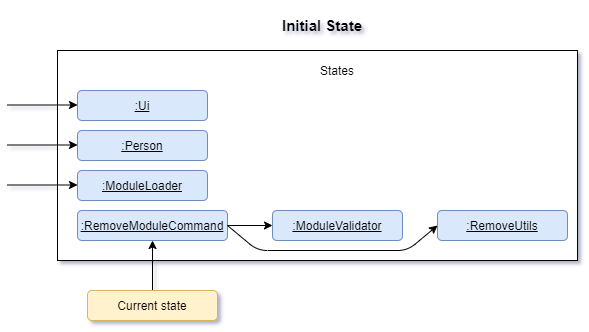
Earlier version of the draw.io export docs/images/DeveloperGuide/removeModuleCommand_initialState.png (vanessa-kang/tp). Source tidied: cells renumbered, new cells last; positions are measured from the earlier drawing's top-left corner, leaving out a move shared by most shapes.
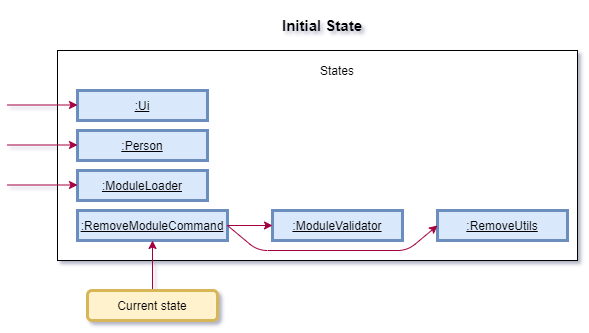
The same file after the commit.

Commit message:
Amended state diagram formats in DG

What changed in the source:
```diff
@@ -11,54 +11,54 @@
     <mxCell id="4" value="States" style="text;html=1;strokeColor=none;fillColor=none;align=center;verticalAlign=middle;whiteSpace=wrap;rounded=0;" parent="1" vertex="1">
       <mxGeometry x="310" y="60" width="40" height="20" as="geometry" />
     </mxCell>
-    <mxCell id="5" value=":Ui" style="rounded=1;whiteSpace=wrap;html=1;fillColor=#dae8fc;strokeColor=#6c8ebf;fontStyle=4;" parent="1" vertex="1">
+    <mxCell id="5" value=":Ui" style="rounded=0;whiteSpace=wrap;html=1;fillColor=#dae8fc;strokeColor=#6c8ebf;fontStyle=4;glass=0;strokeWidth=3;" parent="1" vertex="1">
       <mxGeometry x="70" y="90" width="130" height="30" as="geometry" />
     </mxCell>
-    <mxCell id="6" value=":Person" style="rounded=1;whiteSpace=wrap;html=1;fillColor=#dae8fc;strokeColor=#6c8ebf;fontStyle=4;" parent="1" vertex="1">
+    <mxCell id="6" value=":Person" style="rounded=0;whiteSpace=wrap;html=1;fillColor=#dae8fc;strokeColor=#6c8ebf;fontStyle=4;strokeWidth=3;" parent="1" vertex="1">
       <mxGeometry x="70" y="130" width="130" height="30" as="geometry" />
     </mxCell>
-    <mxCell id="7" value=":ModuleLoader" style="rounded=1;whiteSpace=wrap;html=1;fillColor=#dae8fc;strokeColor=#6c8ebf;fontStyle=4;" parent="1" vertex="1">
+    <mxCell id="7" value=":ModuleLoader" style="rounded=0;whiteSpace=wrap;html=1;fillColor=#dae8fc;strokeColor=#6c8ebf;fontStyle=4;strokeWidth=3;" parent="1" vertex="1">
       <mxGeometry x="70" y="170" width="130" height="30" as="geometry" />
     </mxCell>
-    <mxCell id="8" value=":RemoveModuleCommand" style="rounded=1;whiteSpace=wrap;html=1;fillColor=#dae8fc;strokeColor=#6c8ebf;fontStyle=4;" parent="1" vertex="1">
+    <mxCell id="8" value=":RemoveModuleCommand" style="rounded=0;whiteSpace=wrap;html=1;fillColor=#dae8fc;strokeColor=#6c8ebf;fontStyle=4;strokeWidth=3;" parent="1" vertex="1">
       <mxGeometry x="70" y="210" width="150" height="30" as="geometry" />
     </mxCell>
-    <mxCell id="9" value=":ModuleValidator" style="rounded=1;whiteSpace=wrap;html=1;fillColor=#dae8fc;strokeColor=#6c8ebf;fontStyle=4;" parent="1" vertex="1">
+    <mxCell id="9" value=":ModuleValidator" style="rounded=0;whiteSpace=wrap;html=1;fillColor=#dae8fc;strokeColor=#6c8ebf;fontStyle=4;strokeWidth=3;" parent="1" vertex="1">
       <mxGeometry x="265" y="210" width="130" height="30" as="geometry" />
     </mxCell>
-    <mxCell id="10" value=":RemoveUtils" style="rounded=1;whiteSpace=wrap;html=1;fillColor=#dae8fc;strokeColor=#6c8ebf;fontStyle=4;" parent="1" vertex="1">
+    <mxCell id="10" value=":RemoveUtils" style="rounded=0;whiteSpace=wrap;html=1;fillColor=#dae8fc;strokeColor=#6c8ebf;fontStyle=4;strokeWidth=3;" parent="1" vertex="1">
       <mxGeometry x="430" y="210" width="130" height="30" as="geometry" />
     </mxCell>
-    <mxCell id="11" style="endArrow=classic;html=1;" parent="1" edge="1">
+    <mxCell id="11" style="endArrow=classic;html=1;fillColor=#d80073;strokeColor=#A50040;" parent="1" edge="1">
       <mxGeometry relative="1" as="geometry">
         <mxPoint y="104.5" as="sourcePoint" />
         <mxPoint x="70" y="104.5" as="targetPoint" />
       </mxGeometry>
     </mxCell>
-    <mxCell id="12" style="endArrow=classic;html=1;entryX=0.5;entryY=1;entryDx=0;entryDy=0;exitX=0.5;exitY=0;exitDx=0;exitDy=0;" parent="1" edge="1" source="15" target="8">
+    <mxCell id="12" style="endArrow=classic;html=1;entryX=0.5;entryY=1;entryDx=0;entryDy=0;exitX=0.5;exitY=0;exitDx=0;exitDy=0;fillColor=#d80073;strokeColor=#A50040;" parent="1" edge="1" source="15" target="8">
       <mxGeometry relative="1" as="geometry" />
     </mxCell>
-    <mxCell id="13" style="endArrow=classic;html=1;" parent="1" edge="1">
+    <mxCell id="13" style="endArrow=classic;html=1;fillColor=#d80073;strokeColor=#A50040;" parent="1" edge="1">
       <mxGeometry relative="1" as="geometry">
         <mxPoint y="144.5" as="sourcePoint" />
         <mxPoint x="70" y="144.5" as="targetPoint" />
       </mxGeometry>
     </mxCell>
-    <mxCell id="14" style="endArrow=classic;html=1;" parent="1" edge="1">
+    <mxCell id="14" style="endArrow=classic;html=1;fillColor=#d80073;strokeColor=#A50040;" parent="1" edge="1">
       <mxGeometry relative="1" as="geometry">
         <mxPoint y="184.5" as="sourcePoint" />
         <mxPoint x="70" y="184.5" as="targetPoint" />
       </mxGeometry>
     </mxCell>
-    <mxCell id="15" value="Current state" style="rounded=1;whiteSpace=wrap;html=1;fillColor=#fff2cc;strokeColor=#d6b656;fontStyle=0;" parent="1" vertex="1">
+    <mxCell id="15" value="Current state" style="rounded=1;whiteSpace=wrap;html=1;fillColor=#fff2cc;strokeColor=#d6b656;fontStyle=0;strokeWidth=3;" parent="1" vertex="1">
       <mxGeometry x="80" y="290" width="130" height="30" as="geometry" />
     </mxCell>
-    <mxCell id="16" style="endArrow=classic;html=1;entryX=0;entryY=0.5;entryDx=0;entryDy=0;" parent="1" edge="1" target="9">
+    <mxCell id="16" style="endArrow=classic;html=1;entryX=0;entryY=0.5;entryDx=0;entryDy=0;fillColor=#d80073;strokeColor=#A50040;" parent="1" edge="1" target="9">
       <mxGeometry relative="1" as="geometry">
         <mxPoint x="220" y="225" as="sourcePoint" />
       </mxGeometry>
     </mxCell>
-    <mxCell id="17" style="endArrow=classic;html=1;entryX=0;entryY=0.5;entryDx=0;entryDy=0;exitX=1;exitY=0.5;exitDx=0;exitDy=0;" parent="1" edge="1" source="8" target="10">
+    <mxCell id="17" style="endArrow=classic;html=1;entryX=0;entryY=0.5;entryDx=0;entryDy=0;exitX=1;exitY=0.5;exitDx=0;exitDy=0;fillColor=#d80073;strokeColor=#A50040;" parent="1" edge="1" source="8" target="10">
       <mxGeometry relative="1" as="geometry">
         <Array as="points">
           <mxPoint x="250" y="250" />
```
